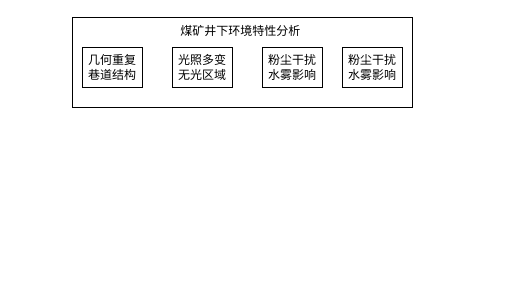
Above: Untitled Diagram.drawio in rstallman/algs4 (draw.io), before the change. Source tidied: cells renumbered, new cells numbered last; positions are measured from the earlier drawing's top-left corner, leaving out a move shared by most shapes. Both pictures are drawn from the tidied source at 100%, with x=0, y=0 at pixel (72, 17).
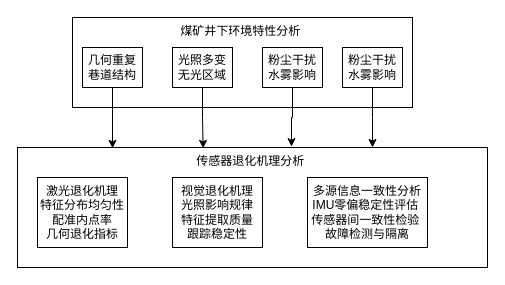
Above is the later version.

What changed in the source:
```diff
@@
 <mxGraphModel>
   <root>
     <mxCell id="0" />
     <mxCell id="1" parent="0" />
     <mxCell id="2" value="煤矿井下环境特性分析&amp;nbsp;&lt;div&gt;&amp;nbsp;&lt;/div&gt;" style="rounded=0;whiteSpace=wrap;html=1;verticalAlign=top;" parent="1" vertex="1">
       <mxGeometry width="340" height="90" as="geometry" />
     </mxCell>
+    <mxCell id="8" style="edgeStyle=orthogonalEdgeStyle;rounded=0;jettySize=auto;html=1;exitX=0.5;exitY=1;exitDx=0;exitDy=0;" parent="1" edge="1" source="3">
+      <mxGeometry relative="1" as="geometry">
+        <mxPoint x="40" y="130.8" as="targetPoint" />
+      </mxGeometry>
+    </mxCell>
     <mxCell id="3" value="几何重复巷道结构" style="rounded=0;whiteSpace=wrap;html=1;" parent="1" vertex="1">
       <mxGeometry x="10" y="30" width="60" height="40" as="geometry" />
     </mxCell>
     <mxCell id="4" style="edgeStyle=orthogonalEdgeStyle;rounded=0;orthogonalLoop=1;jettySize=auto;html=1;exitX=0.5;exitY=1;exitDx=0;exitDy=0;" parent="1" edge="1" source="2" target="2">
       <mxGeometry relative="1" as="geometry" />
     </mxCell>
     <mxCell id="5" value="光照多变&lt;div&gt;无光区域&lt;/div&gt;" style="rounded=0;whiteSpace=wrap;html=1;" parent="1" vertex="1">
       <mxGeometry x="100" y="30" width="60" height="40" as="geometry" />
     </mxCell>
     <mxCell id="6" value="粉尘干扰&lt;div&gt;水雾影响&lt;/div&gt;" style="rounded=0;whiteSpace=wrap;html=1;" parent="1" vertex="1">
       <mxGeometry x="190" y="30" width="60" height="40" as="geometry" />
     </mxCell>
     <mxCell id="7" value="粉尘干扰&lt;div&gt;水雾影响&lt;/div&gt;" style="rounded=0;whiteSpace=wrap;html=1;" parent="1" vertex="1">
       <mxGeometry x="270" y="30" width="60" height="40" as="geometry" />
     </mxCell>
+    <mxCell id="9" value="传感器退化机理分析&amp;nbsp;&lt;div&gt;&amp;nbsp;&lt;/div&gt;" style="rounded=0;whiteSpace=wrap;html=1;verticalAlign=top;" parent="1" vertex="1">
+      <mxGeometry x="-55" y="130" width="470" height="120" as="geometry" />
+    </mxCell>
+    <mxCell id="10" value="激光退化机理&lt;div&gt;特征分布均匀性&lt;/div&gt;&lt;div&gt;配准内点率&lt;/div&gt;&lt;div&gt;几何退化指标&lt;/div&gt;" style="rounded=0;whiteSpace=wrap;html=1;" parent="1" vertex="1">
+      <mxGeometry x="-35" y="160" width="90" height="70" as="geometry" />
+    </mxCell>
+    <mxCell id="11" value="视觉退化机理&lt;div&gt;光照影响规律&lt;/div&gt;&lt;div&gt;特征提取质量&lt;/div&gt;&lt;div&gt;跟踪稳定性&lt;/div&gt;" style="rounded=0;whiteSpace=wrap;html=1;" parent="1" vertex="1">
+      <mxGeometry x="100" y="160" width="90" height="70" as="geometry" />
+    </mxCell>
+    <mxCell id="12" value="多源信息一致性分析&lt;div&gt;IMU零偏稳定性评估&amp;nbsp;&lt;/div&gt;&lt;div&gt;传感器间一致性检验&amp;nbsp;&lt;/div&gt;&lt;div&gt;故障检测与隔离&lt;/div&gt;" style="rounded=0;whiteSpace=wrap;html=1;" parent="1" vertex="1">
+      <mxGeometry x="235" y="160" width="120" height="70" as="geometry" />
+    </mxCell>
+    <mxCell id="13" style="edgeStyle=orthogonalEdgeStyle;rounded=0;jettySize=auto;html=1;exitX=0.5;exitY=1;exitDx=0;exitDy=0;entryX=0.395;entryY=0.007;entryDx=0;entryDy=0;entryPerimeter=0;" parent="1" edge="1" source="5" target="9">
+      <mxGeometry relative="1" as="geometry" />
+    </mxCell>
+    <mxCell id="14" style="edgeStyle=orthogonalEdgeStyle;rounded=0;jettySize=auto;html=1;exitX=0.5;exitY=1;exitDx=0;exitDy=0;entryX=0.583;entryY=-0.007;entryDx=0;entryDy=0;entryPerimeter=0;" parent="1" edge="1" source="6" target="9">
+      <mxGeometry relative="1" as="geometry" />
+    </mxCell>
+    <mxCell id="15" style="edgeStyle=orthogonalEdgeStyle;rounded=0;jettySize=auto;html=1;exitX=0.5;exitY=1;exitDx=0;exitDy=0;" parent="1" edge="1" source="7">
+      <mxGeometry relative="1" as="geometry">
+        <mxPoint x="300" y="130" as="targetPoint" />
+      </mxGeometry>
+    </mxCell>
   </root>
 </mxGraphModel>
```
